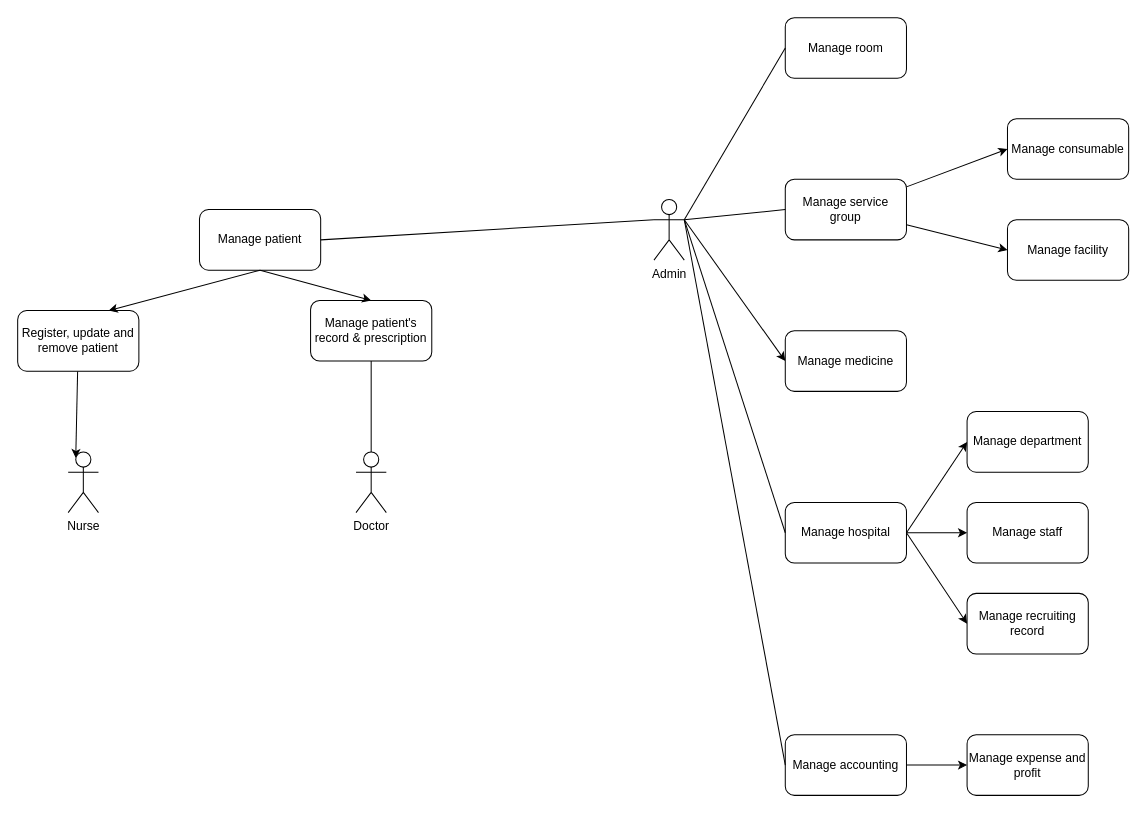
Earlier version of the draw.io diagram page "Page-1" (1 of 2) of Diagram/Use Case Diagram.drawio (hoanghieu2000a/HANU_Hospital). Source tidied: cells renumbered, new cells numbered last; positions are measured from the earlier drawing's top-left corner, leaving out a move shared by most shapes. Both pictures are drawn from the tidied source at 101%, with x=0, y=0 at pixel (17, 17).
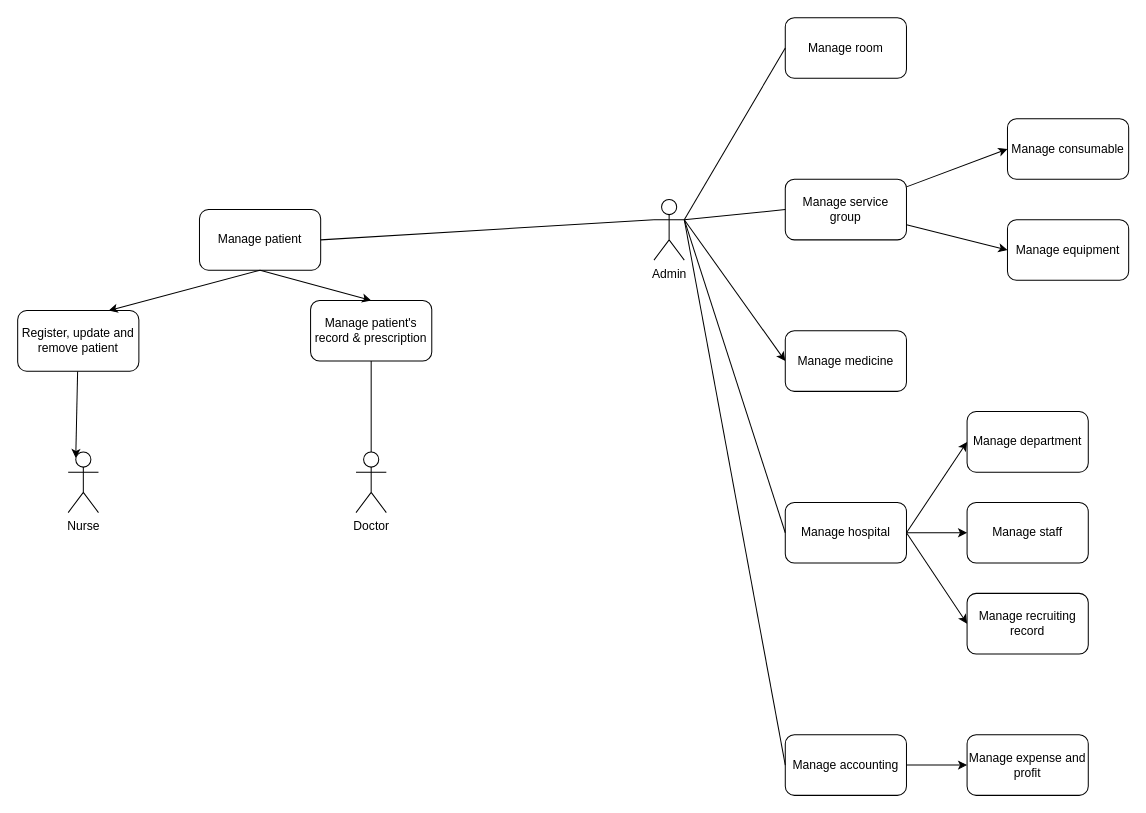
After the change.

Change to the diagram source:
```diff
@@
-    <mxCell id="34" value="Manage facility" style="rounded=1;whiteSpace=wrap;html=1;" parent="1" vertex="1">
+    <mxCell id="34" value="Manage equipment" style="rounded=1;whiteSpace=wrap;html=1;" parent="1" vertex="1">
       <mxGeometry x="980" y="200" width="120" height="60" as="geometry" />
     </mxCell>
```
